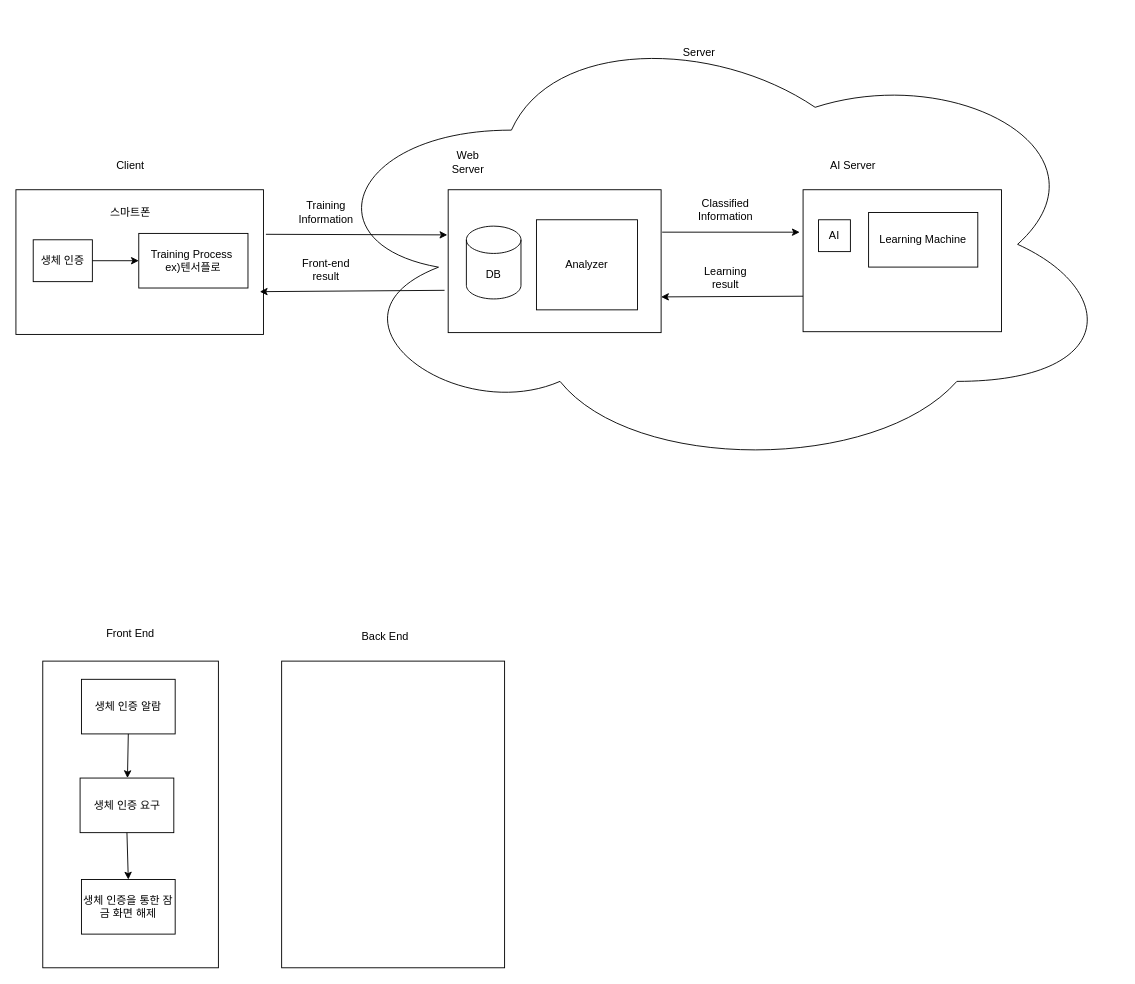
The draw.io diagram 제목 없는 다이어그램.drawio in 2017038104dhwodn/mpointer, before the edit. Source tidied: cells renumbered, new cells numbered last; positions are measured from the earlier drawing's top-left corner, leaving out a move shared by most shapes. Both pictures are drawn from the tidied source at 91%, with x=0, y=0 at pixel (15, 15).
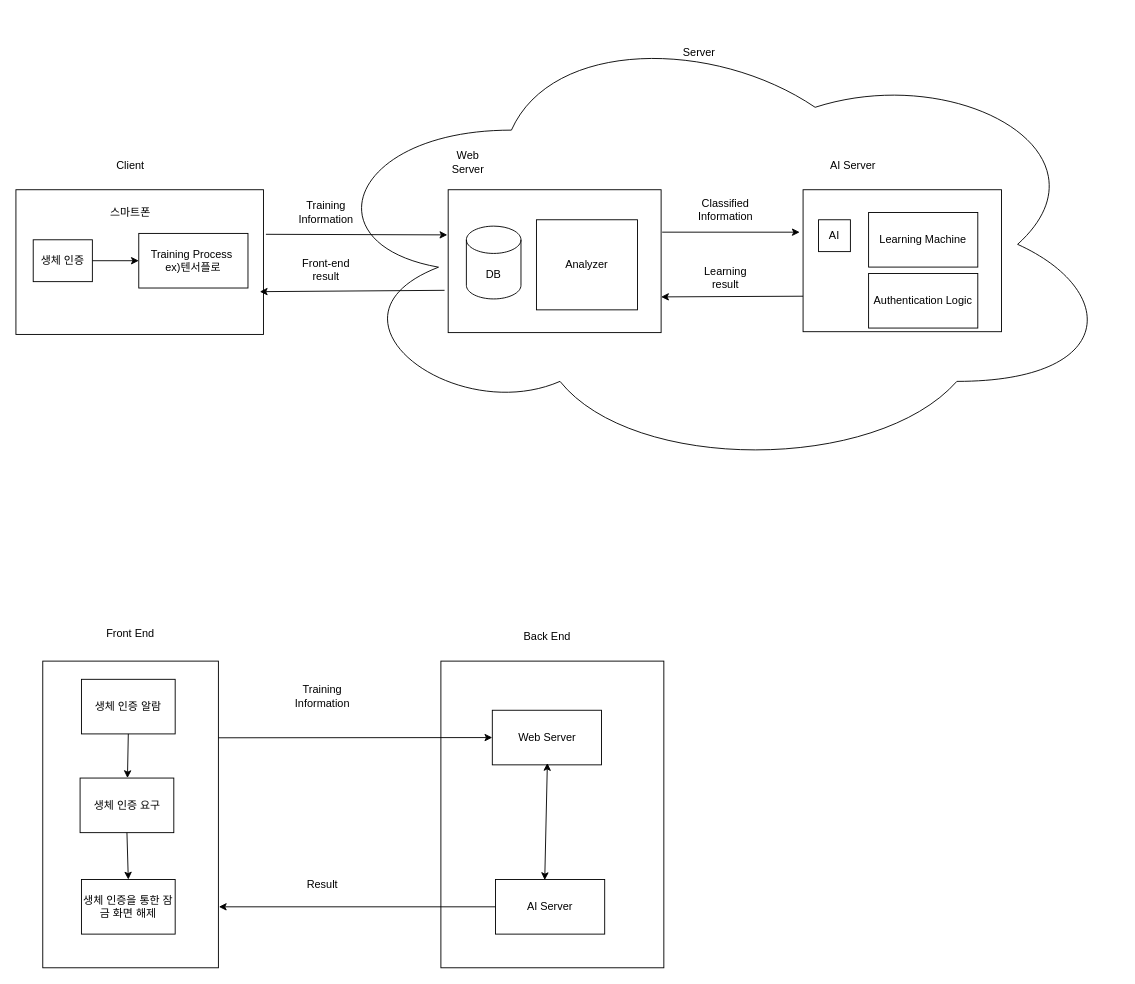
The same diagram, later.

Commit message:
제목 없는 다이어그램.drawio 업데이트

Unchanged cells that the change refers to:
```xml
<mxCell id="26" style="rounded=0;whiteSpace=wrap;html=1;labelBackgroundColor=none;fillColor=none;" parent="1" vertex="1">
  <mxGeometry x="29.5" y="709" width="193" height="337" as="geometry" />
</mxCell>
```

The edit, as a diff of the source:
```diff
@@
     <mxCell id="33" style="rounded=0;whiteSpace=wrap;html=1;labelBackgroundColor=none;fillColor=none;" parent="1" vertex="1">
-      <mxGeometry x="292" y="709" width="245" height="337" as="geometry" />
+      <mxGeometry x="467" y="709" width="245" height="337" as="geometry" />
     </mxCell>
     <mxCell id="34" value="Back End" style="text;html=1;strokeColor=none;fillColor=none;align=center;verticalAlign=middle;whiteSpace=wrap;rounded=0;labelBackgroundColor=none;" parent="1" vertex="1">
-      <mxGeometry x="376" y="667" width="60" height="30" as="geometry" />
+      <mxGeometry x="553.5" y="667" width="60" height="30" as="geometry" />
     </mxCell>
+    <mxCell id="35" value="Web Server" style="rounded=0;whiteSpace=wrap;html=1;labelBackgroundColor=none;fillColor=none;" parent="1" vertex="1">
+      <mxGeometry x="523.5" y="763" width="120" height="60" as="geometry" />
+    </mxCell>
+    <mxCell id="36" value="AI Server" style="rounded=0;whiteSpace=wrap;html=1;labelBackgroundColor=none;fillColor=none;" parent="1" vertex="1">
+      <mxGeometry x="527" y="949" width="120" height="60" as="geometry" />
+    </mxCell>
+    <mxCell id="37" style="endArrow=classic;startArrow=classic;html=1;rounded=0;entryX=0.451;entryY=0.01;entryDx=0;entryDy=0;entryPerimeter=0;" parent="1" edge="1" target="36">
+      <mxGeometry relative="1" as="geometry">
+        <mxPoint x="584" y="821" as="sourcePoint" />
+      </mxGeometry>
+    </mxCell>
+    <mxCell id="38" style="endArrow=classic;html=1;rounded=0;exitX=1;exitY=0.25;exitDx=0;exitDy=0;entryX=0;entryY=0.5;entryDx=0;entryDy=0;" parent="1" edge="1" source="26" target="35">
+      <mxGeometry relative="1" as="geometry" />
+    </mxCell>
+    <mxCell id="39" style="endArrow=classic;html=1;rounded=0;exitX=0;exitY=0.5;exitDx=0;exitDy=0;" parent="1" edge="1" source="36">
+      <mxGeometry relative="1" as="geometry">
+        <mxPoint x="223" y="979" as="targetPoint" />
+      </mxGeometry>
+    </mxCell>
+    <mxCell id="40" value="Training Information" style="text;html=1;strokeColor=none;fillColor=none;align=center;verticalAlign=middle;whiteSpace=wrap;rounded=0;labelBackgroundColor=none;" parent="1" vertex="1">
+      <mxGeometry x="307" y="733" width="60" height="30" as="geometry" />
+    </mxCell>
+    <mxCell id="41" value="Authentication Logic" style="rounded=0;whiteSpace=wrap;html=1;labelBackgroundColor=none;fillColor=none;" parent="1" vertex="1">
+      <mxGeometry x="937" y="283" width="120" height="60" as="geometry" />
+    </mxCell>
+    <mxCell id="42" value="Result" style="text;html=1;strokeColor=none;fillColor=none;align=center;verticalAlign=middle;whiteSpace=wrap;rounded=0;labelBackgroundColor=none;" parent="1" vertex="1">
+      <mxGeometry x="307" y="940" width="60" height="30" as="geometry" />
+    </mxCell>
```
